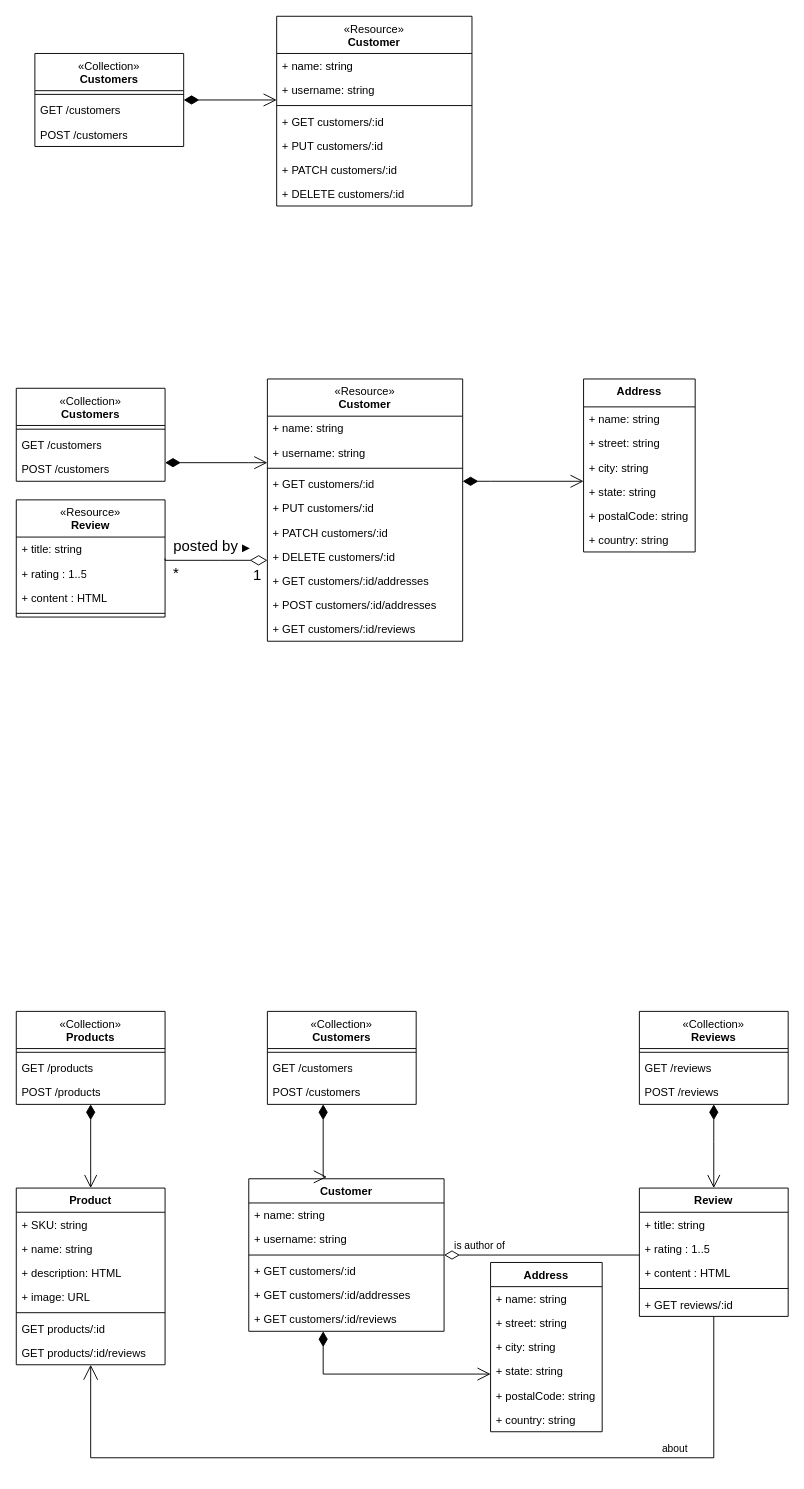
Before: REST API.drawio in kubiak-calpoly/csc307-team-project, a draw.io diagram. Source tidied: cells renumbered, new cells numbered last; positions are measured from the earlier drawing's top-left corner, leaving out a move shared by most shapes. Both pictures are drawn from the tidied source at 93%, with x=0, y=0 at pixel (16, 16).
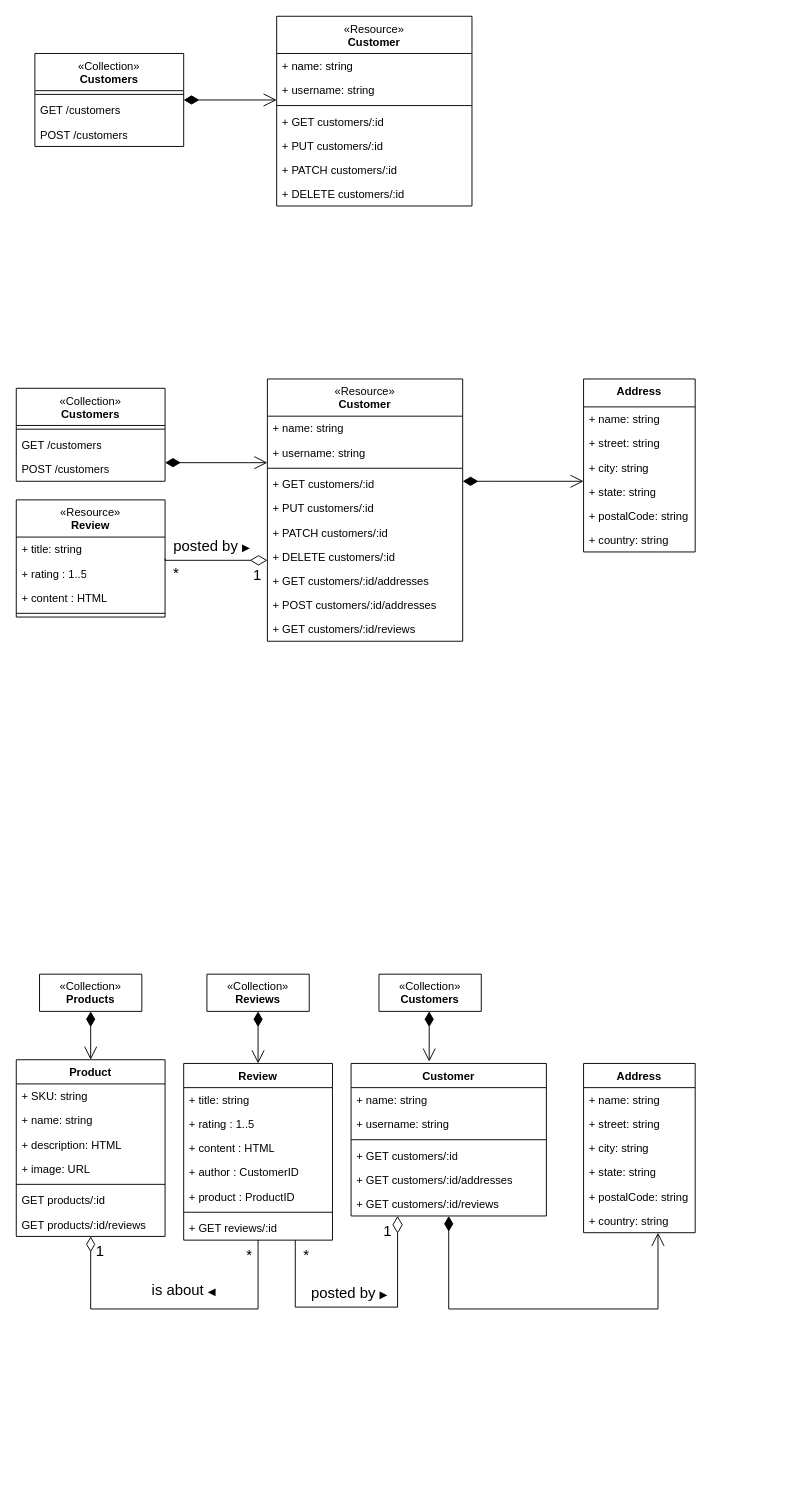
Above is the later version.

The edit, as a diff of the source:
```diff
@@
     <mxCell id="15" value="Customer" style="swimlane;fontStyle=1;align=center;verticalAlign=top;horizontal=1;startSize=26;whiteSpace=wrap;html=1;" parent="1" vertex="1">
-      <mxGeometry x="250" y="1250" width="210" height="164" as="geometry" />
+      <mxGeometry x="360" y="1126" width="210" height="164" as="geometry" />
     </mxCell>
@@
     <mxCell id="22" value="Address" style="swimlane;fontStyle=1;align=center;verticalAlign=top;horizontal=1;startSize=26;whiteSpace=wrap;html=1;" parent="1" vertex="1">
-      <mxGeometry x="510" y="1340" width="120" height="182" as="geometry" />
+      <mxGeometry x="610" y="1126" width="120" height="182" as="geometry" />
     </mxCell>
@@
-    <mxCell id="29" value="&lt;span style=&quot;font-weight: normal;&quot;&gt;«Collection»&lt;br style=&quot;border-color: var(--border-color);&quot;&gt;&lt;/span&gt;Customers" style="swimlane;fontStyle=1;align=center;verticalAlign=top;horizontal=1;startSize=40;whiteSpace=wrap;html=1;" parent="1" vertex="1">
-      <mxGeometry x="270" y="1070" width="160" height="100" as="geometry" />
+    <mxCell id="29" value="&lt;span style=&quot;font-weight: normal;&quot;&gt;«Collection»&lt;br style=&quot;border-color: var(--border-color);&quot;&gt;&lt;/span&gt;Customers" style="swimlane;fontStyle=1;align=center;verticalAlign=top;horizontal=1;startSize=40;whiteSpace=wrap;html=1;" parent="1" vertex="1" collapsed="1">
+      <mxGeometry x="390" y="1030" width="110" height="40" as="geometry" />
     </mxCell>
-    <mxCell id="30" style="line;strokeWidth=1;fillColor=none;align=left;verticalAlign=middle;spacingTop=-1;spacingLeft=3;spacingRight=3;labelPosition=right;strokeColor=inherit;" parent="29" vertex="1">
-      <mxGeometry y="40" width="160" height="8" as="geometry" />
-    </mxCell>
-    <mxCell id="31" value="GET /customers" style="text;strokeColor=none;fillColor=none;align=left;verticalAlign=top;spacingLeft=4;spacingRight=4;overflow=hidden;whiteSpace=wrap;html=1;" parent="29" vertex="1">
-      <mxGeometry y="48" width="160" height="26" as="geometry" />
-    </mxCell>
-    <mxCell id="32" value="POST /customers" style="text;strokeColor=none;fillColor=none;align=left;verticalAlign=top;spacingLeft=4;spacingRight=4;overflow=hidden;whiteSpace=wrap;html=1;" parent="29" vertex="1">
-      <mxGeometry y="74" width="160" height="26" as="geometry" />
-    </mxCell>
     <mxCell id="33" style="endArrow=open;html=1;endSize=12;startArrow=diamondThin;startSize=14;startFill=1;edgeStyle=orthogonalEdgeStyle;rounded=0;endFill=0;entryX=0.4;entryY=-0.012;entryDx=0;entryDy=0;entryPerimeter=0;" parent="1" edge="1" source="29" target="15">
       <mxGeometry x="-0.21" y="39" relative="1" as="geometry">
         <Array as="points">
-          <mxPoint x="330" y="1248" />
+          <mxPoint x="444" y="1070" />
+          <mxPoint x="444" y="1070" />
         </Array>
       </mxGeometry>
     </mxCell>
-    <mxCell id="34" value="&lt;span style=&quot;font-weight: normal;&quot;&gt;«Collection»&lt;br style=&quot;border-color: var(--border-color);&quot;&gt;&lt;/span&gt;Products" style="swimlane;fontStyle=1;align=center;verticalAlign=top;horizontal=1;startSize=40;whiteSpace=wrap;html=1;" parent="1" vertex="1">
-      <mxGeometry y="1070" width="160" height="100" as="geometry" />
+    <mxCell id="34" value="&lt;span style=&quot;font-weight: normal;&quot;&gt;«Collection»&lt;br style=&quot;border-color: var(--border-color);&quot;&gt;&lt;/span&gt;Products" style="swimlane;fontStyle=1;align=center;verticalAlign=top;horizontal=1;startSize=40;whiteSpace=wrap;html=1;" parent="1" vertex="1" collapsed="1">
+      <mxGeometry x="25" y="1030" width="110" height="40" as="geometry" />
     </mxCell>
-    <mxCell id="35" style="line;strokeWidth=1;fillColor=none;align=left;verticalAlign=middle;spacingTop=-1;spacingLeft=3;spacingRight=3;labelPosition=right;strokeColor=inherit;" parent="34" vertex="1">
-      <mxGeometry y="40" width="160" height="8" as="geometry" />
-    </mxCell>
-    <mxCell id="36" value="GET /products" style="text;strokeColor=none;fillColor=none;align=left;verticalAlign=top;spacingLeft=4;spacingRight=4;overflow=hidden;whiteSpace=wrap;html=1;" parent="34" vertex="1">
-      <mxGeometry y="48" width="160" height="26" as="geometry" />
-    </mxCell>
-    <mxCell id="37" value="POST /products" style="text;strokeColor=none;fillColor=none;align=left;verticalAlign=top;spacingLeft=4;spacingRight=4;overflow=hidden;whiteSpace=wrap;html=1;" parent="34" vertex="1">
-      <mxGeometry y="74" width="160" height="26" as="geometry" />
-    </mxCell>
     <mxCell id="38" value="Product" style="swimlane;fontStyle=1;align=center;verticalAlign=top;horizontal=1;startSize=26;whiteSpace=wrap;html=1;" parent="1" vertex="1">
-      <mxGeometry y="1260" width="160" height="190" as="geometry" />
+      <mxGeometry y="1122" width="160" height="190" as="geometry" />
     </mxCell>
@@
-    <mxCell id="47" value="&lt;span style=&quot;font-weight: normal;&quot;&gt;«Collection»&lt;br style=&quot;border-color: var(--border-color);&quot;&gt;&lt;/span&gt;Reviews" style="swimlane;fontStyle=1;align=center;verticalAlign=top;horizontal=1;startSize=40;whiteSpace=wrap;html=1;" parent="1" vertex="1">
-      <mxGeometry x="670" y="1070" width="160" height="100" as="geometry" />
+    <mxCell id="47" value="&lt;span style=&quot;font-weight: normal;&quot;&gt;«Collection»&lt;br style=&quot;border-color: var(--border-color);&quot;&gt;&lt;/span&gt;Reviews" style="swimlane;fontStyle=1;align=center;verticalAlign=top;horizontal=1;startSize=40;whiteSpace=wrap;html=1;" parent="1" vertex="1" collapsed="1">
+      <mxGeometry x="205" y="1030" width="110" height="40" as="geometry" />
     </mxCell>
-    <mxCell id="48" style="line;strokeWidth=1;fillColor=none;align=left;verticalAlign=middle;spacingTop=-1;spacingLeft=3;spacingRight=3;labelPosition=right;strokeColor=inherit;" parent="47" vertex="1">
-      <mxGeometry y="40" width="160" height="8" as="geometry" />
-    </mxCell>
-    <mxCell id="49" value="GET /reviews" style="text;strokeColor=none;fillColor=none;align=left;verticalAlign=top;spacingLeft=4;spacingRight=4;overflow=hidden;whiteSpace=wrap;html=1;" parent="47" vertex="1">
-      <mxGeometry y="48" width="160" height="26" as="geometry" />
-    </mxCell>
-    <mxCell id="50" value="POST /reviews" style="text;strokeColor=none;fillColor=none;align=left;verticalAlign=top;spacingLeft=4;spacingRight=4;overflow=hidden;whiteSpace=wrap;html=1;" parent="47" vertex="1">
-      <mxGeometry y="74" width="160" height="26" as="geometry" />
-    </mxCell>
     <mxCell id="51" value="Review" style="swimlane;fontStyle=1;align=center;verticalAlign=top;horizontal=1;startSize=26;whiteSpace=wrap;html=1;" parent="1" vertex="1">
-      <mxGeometry x="670" y="1260" width="160" height="138" as="geometry" />
+      <mxGeometry x="180" y="1126" width="160" height="190" as="geometry" />
     </mxCell>
@@
+    <mxCell id="93" value="+ author : CustomerID" style="text;strokeColor=none;fillColor=none;align=left;verticalAlign=top;spacingLeft=4;spacingRight=4;overflow=hidden;whiteSpace=wrap;html=1;" parent="51" vertex="1">
+      <mxGeometry y="104" width="160" height="26" as="geometry" />
+    </mxCell>
+    <mxCell id="94" value="+ product : ProductID" style="text;strokeColor=none;fillColor=none;align=left;verticalAlign=top;spacingLeft=4;spacingRight=4;overflow=hidden;whiteSpace=wrap;html=1;" parent="51" vertex="1">
+      <mxGeometry y="130" width="160" height="26" as="geometry" />
+    </mxCell>
     <mxCell id="55" style="line;strokeWidth=1;fillColor=none;align=left;verticalAlign=middle;spacingTop=-1;spacingLeft=3;spacingRight=3;labelPosition=right;strokeColor=inherit;" parent="51" vertex="1">
-      <mxGeometry y="104" width="160" height="8" as="geometry" />
+      <mxGeometry y="156" width="160" height="8" as="geometry" />
     </mxCell>
     <mxCell id="56" value="+ GET reviews/:id" style="text;strokeColor=none;fillColor=none;align=left;verticalAlign=top;spacingLeft=4;spacingRight=4;overflow=hidden;whiteSpace=wrap;html=1;" parent="51" vertex="1">
-      <mxGeometry y="112" width="160" height="26" as="geometry" />
+      <mxGeometry y="164" width="160" height="26" as="geometry" />
     </mxCell>
-    <mxCell id="57" style="endArrow=open;html=1;endSize=12;startArrow=diamondThin;startSize=14;startFill=1;edgeStyle=orthogonalEdgeStyle;rounded=0;endFill=0;" parent="1" edge="1" source="47">
-      <mxGeometry x="-0.21" y="39" relative="1" as="geometry">
-        <mxPoint x="750" y="1260" as="targetPoint" />
-        <Array as="points">
-          <mxPoint x="750" y="1210" />
-          <mxPoint x="750" y="1210" />
-        </Array>
-      </mxGeometry>
+    <mxCell id="57" style="endArrow=open;html=1;endSize=12;startArrow=diamondThin;startSize=14;startFill=1;edgeStyle=orthogonalEdgeStyle;rounded=0;endFill=0;" parent="1" edge="1" source="47" target="51">
+      <mxGeometry x="-0.21" y="39" relative="1" as="geometry" />
     </mxCell>
-    <mxCell id="58" value="is author of" style="endArrow=none;html=1;endSize=12;startArrow=diamondThin;startSize=14;startFill=0;edgeStyle=orthogonalEdgeStyle;rounded=0;endFill=0;" parent="1" edge="1" source="15" target="51">
-      <mxGeometry x="-0.64" y="10" relative="1" as="geometry">
-        <Array as="points">
-          <mxPoint x="690" y="1300" />
-        </Array>
-      </mxGeometry>
-    </mxCell>
     <mxCell id="59" style="endArrow=open;html=1;endSize=12;startArrow=diamondThin;startSize=14;startFill=1;edgeStyle=orthogonalEdgeStyle;rounded=0;" parent="1" edge="1" source="15" target="22">
       <mxGeometry relative="1" as="geometry">
         <Array as="points">
-          <mxPoint x="330" y="1460" />
+          <mxPoint x="465" y="1390" />
+          <mxPoint x="690" y="1390" />
         </Array>
       </mxGeometry>
     </mxCell>
-    <mxCell id="60" value="about" style="endArrow=none;html=1;endSize=12;startArrow=open;startSize=14;startFill=0;edgeStyle=orthogonalEdgeStyle;rounded=0;endFill=0;" parent="1" edge="1" source="38" target="51">
-      <mxGeometry x="0.58" y="10" relative="1" as="geometry">
-        <Array as="points">
-          <mxPoint x="80" y="1550" />
-          <mxPoint x="750" y="1550" />
-        </Array>
-      </mxGeometry>
-    </mxCell>
@@
+    <mxCell id="95" value="&lt;font style=&quot;font-size: 16px;&quot;&gt;posted by&amp;nbsp;&lt;/font&gt;▶" style="endArrow=diamondThin;html=1;endSize=16;startArrow=none;startSize=14;startFill=0;edgeStyle=orthogonalEdgeStyle;rounded=0;endFill=0;" parent="1" edge="1" source="51" target="15">
+      <mxGeometry x="-0.07" y="15" relative="1" as="geometry">
+        <Array as="points">
+          <mxPoint x="300" y="1388" />
+          <mxPoint x="410" y="1388" />
+        </Array>
+      </mxGeometry>
+    </mxCell>
+    <mxCell id="96" value="&lt;font&gt;&lt;font style=&quot;font-size: 16px;&quot;&gt;*&lt;/font&gt;&lt;br&gt;&lt;/font&gt;" style="edgeLabel;html=1;align=left;verticalAlign=top;" parent="95" vertex="1">
+      <mxGeometry x="-1" relative="1" as="geometry">
+        <mxPoint x="7" as="offset" />
+      </mxGeometry>
+    </mxCell>
+    <mxCell id="97" value="&lt;font style=&quot;font-size: 16px;&quot;&gt;1&lt;/font&gt;" style="edgeLabel;html=1;align=right;verticalAlign=top;" parent="95" vertex="1">
+      <mxGeometry x="1" relative="1" as="geometry">
+        <mxPoint x="-6" as="offset" />
+      </mxGeometry>
+    </mxCell>
+    <mxCell id="60" value="&lt;font style=&quot;font-size: 16px;&quot;&gt;is about&amp;nbsp;&lt;/font&gt;◀" style="endArrow=none;html=1;endSize=12;startArrow=diamondThin;startSize=14;startFill=0;edgeStyle=orthogonalEdgeStyle;rounded=0;endFill=0;" parent="1" edge="1" source="38" target="51">
+      <mxGeometry x="0.07" y="20" relative="1" as="geometry">
+        <Array as="points">
+          <mxPoint x="80" y="1390" />
+          <mxPoint x="260" y="1390" />
+        </Array>
+      </mxGeometry>
+    </mxCell>
+    <mxCell id="98" value="&lt;font style=&quot;font-size: 16px;&quot;&gt;1&lt;/font&gt;" style="edgeLabel;html=1;align=left;verticalAlign=top;" parent="60" vertex="1">
+      <mxGeometry x="-1" relative="1" as="geometry">
+        <mxPoint x="4" as="offset" />
+      </mxGeometry>
+    </mxCell>
+    <mxCell id="99" value="&lt;font style=&quot;font-size: 16px;&quot;&gt;*&lt;/font&gt;" style="edgeLabel;html=1;align=right;verticalAlign=top;" parent="60" vertex="1">
+      <mxGeometry x="1" relative="1" as="geometry">
+        <mxPoint x="-6" as="offset" />
+      </mxGeometry>
+    </mxCell>
```
